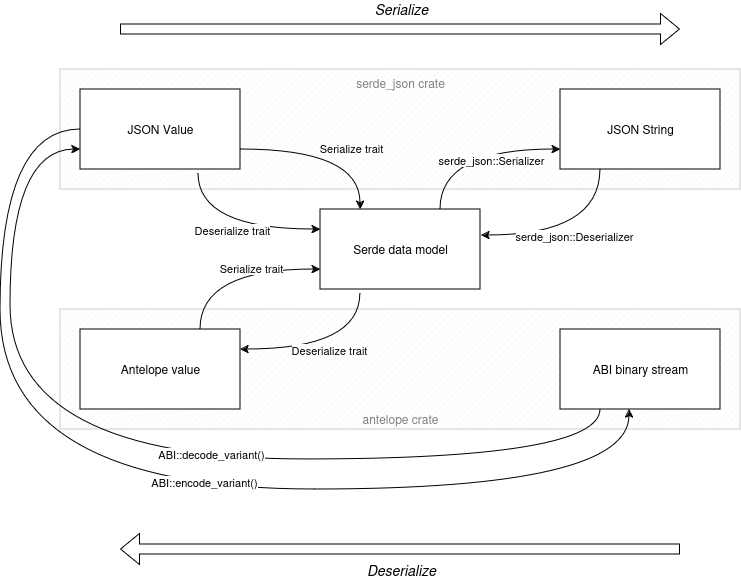
This is antelope/doc/antelope_data_model.drawio.png from digigaia/kudu, a draw.io export, as it was before one commit. Source tidied: cells renumbered, new cells last; positions are measured from the earlier drawing's top-left corner, leaving out a move shared by most shapes. Source of this version:
```xml
<mxGraphModel>
  <root>
    <mxCell id="0" />
    <mxCell id="1" parent="0" />
    <mxCell id="2" value="&lt;font color=&quot;#808080&quot;&gt;serde_json crate&lt;/font&gt;" style="verticalLabelPosition=middle;verticalAlign=top;html=1;shape=mxgraph.basic.patternFillRect;fillStyle=diag;step=5;fillStrokeWidth=0.2;fillStrokeColor=#dddddd;labelPosition=center;align=center;strokeColor=#CCCCCC;" parent="1" vertex="1">
      <mxGeometry x="60" y="40" width="680" height="120" as="geometry" />
    </mxCell>
    <mxCell id="3" value="&lt;font color=&quot;#808080&quot;&gt;antelope crate&lt;/font&gt;" style="verticalLabelPosition=middle;verticalAlign=bottom;html=1;shape=mxgraph.basic.patternFillRect;fillStyle=diag;step=5;fillStrokeWidth=0.2;fillStrokeColor=#dddddd;labelPosition=center;align=center;strokeColor=#CCCCCC;" parent="1" vertex="1">
      <mxGeometry x="60" y="280" width="680" height="120" as="geometry" />
    </mxCell>
    <mxCell id="4" value="JSON Value" style="verticalLabelPosition=middle;verticalAlign=middle;html=1;shape=mxgraph.basic.rect;fillColor2=none;strokeWidth=1;size=20;indent=5;labelPosition=center;align=center;" parent="1" vertex="1">
      <mxGeometry x="80" y="60" width="160" height="80" as="geometry" />
    </mxCell>
    <mxCell id="5" value="JSON String" style="verticalLabelPosition=middle;verticalAlign=middle;html=1;shape=mxgraph.basic.rect;fillColor2=none;strokeWidth=1;size=20;indent=5;labelPosition=center;align=center;" parent="1" vertex="1">
      <mxGeometry x="560" y="60" width="160" height="80" as="geometry" />
    </mxCell>
    <mxCell id="6" value="ABI binary stream" style="verticalLabelPosition=middle;verticalAlign=middle;html=1;shape=mxgraph.basic.rect;fillColor2=none;strokeWidth=1;size=20;indent=5;labelPosition=center;align=center;" parent="1" vertex="1">
      <mxGeometry x="560" y="300" width="160" height="80" as="geometry" />
    </mxCell>
    <mxCell id="7" value="Antelope value" style="verticalLabelPosition=middle;verticalAlign=middle;html=1;shape=mxgraph.basic.rect;fillColor2=none;strokeWidth=1;size=20;indent=0;labelPosition=center;align=center;" parent="1" vertex="1">
      <mxGeometry x="80" y="300" width="160" height="80" as="geometry" />
    </mxCell>
    <mxCell id="8" value="Serde data model" style="verticalLabelPosition=middle;verticalAlign=middle;html=1;shape=mxgraph.basic.rect;fillColor2=none;strokeWidth=1;size=20;indent=5;labelPosition=center;align=center;" parent="1" vertex="1">
      <mxGeometry x="320" y="180" width="160" height="80" as="geometry" />
    </mxCell>
    <mxCell id="9" style="endArrow=classic;html=1;rounded=0;exitX=0.75;exitY=0;exitDx=0;exitDy=0;exitPerimeter=0;entryX=0;entryY=0.75;entryDx=0;entryDy=0;entryPerimeter=0;edgeStyle=orthogonalEdgeStyle;elbow=vertical;curved=1;" parent="1" edge="1" source="7" target="8">
      <mxGeometry relative="1" as="geometry" />
    </mxCell>
    <mxCell id="10" value="Serialize trait" style="edgeLabel;html=1;align=center;verticalAlign=middle;" parent="9" vertex="1">
      <mxGeometry x="0.22" y="2" relative="1" as="geometry" />
    </mxCell>
    <mxCell id="11" style="endArrow=classic;html=1;rounded=0;exitX=0.25;exitY=1.05;exitDx=0;exitDy=0;exitPerimeter=0;entryX=1;entryY=0.25;entryDx=0;entryDy=0;entryPerimeter=0;edgeStyle=orthogonalEdgeStyle;curved=1;" parent="1" edge="1" source="8" target="7">
      <mxGeometry relative="1" as="geometry">
        <Array as="points">
          <mxPoint x="360" y="320" />
        </Array>
      </mxGeometry>
    </mxCell>
    <mxCell id="12" value="Deserialize trait" style="edgeLabel;html=1;align=center;verticalAlign=middle;" parent="11" vertex="1">
      <mxGeometry relative="1" as="geometry" />
    </mxCell>
    <mxCell id="13" style="endArrow=classic;html=1;rounded=0;exitX=0.25;exitY=1;exitDx=0;exitDy=0;exitPerimeter=0;entryX=1.006;entryY=0.325;entryDx=0;entryDy=0;entryPerimeter=0;edgeStyle=orthogonalEdgeStyle;curved=1;" parent="1" edge="1" source="5" target="8">
      <mxGeometry relative="1" as="geometry">
        <Array as="points">
          <mxPoint x="600" y="206" />
        </Array>
      </mxGeometry>
    </mxCell>
    <mxCell id="14" value="serde_json::Deserializer" style="edgeLabel;html=1;align=center;verticalAlign=middle;" parent="13" vertex="1">
      <mxGeometry relative="1" as="geometry" />
    </mxCell>
    <mxCell id="15" style="endArrow=classic;html=1;rounded=0;exitX=0.75;exitY=0;exitDx=0;exitDy=0;exitPerimeter=0;entryX=0;entryY=0.75;entryDx=0;entryDy=0;entryPerimeter=0;edgeStyle=orthogonalEdgeStyle;elbow=vertical;curved=1;" parent="1" edge="1" source="8" target="5">
      <mxGeometry relative="1" as="geometry" />
    </mxCell>
    <mxCell id="16" value="serde_json::Serializer" style="edgeLabel;html=1;align=center;verticalAlign=top;" parent="15" vertex="1">
      <mxGeometry x="0.22" y="2" relative="1" as="geometry" />
    </mxCell>
    <mxCell id="17" style="endArrow=classic;html=1;rounded=0;exitX=1;exitY=0.75;exitDx=0;exitDy=0;exitPerimeter=0;entryX=0.25;entryY=0;entryDx=0;entryDy=0;entryPerimeter=0;edgeStyle=orthogonalEdgeStyle;elbow=vertical;curved=1;" parent="1" edge="1" source="4" target="8">
      <mxGeometry relative="1" as="geometry" />
    </mxCell>
    <mxCell id="18" value="Serialize trait" style="edgeLabel;html=1;align=center;verticalAlign=middle;" parent="17" vertex="1">
      <mxGeometry x="0.22" y="2" relative="1" as="geometry" />
    </mxCell>
    <mxCell id="19" style="endArrow=classic;html=1;rounded=0;exitX=0.738;exitY=1.05;exitDx=0;exitDy=0;exitPerimeter=0;entryX=0;entryY=0.25;entryDx=0;entryDy=0;entryPerimeter=0;edgeStyle=orthogonalEdgeStyle;curved=1;" parent="1" edge="1" source="4" target="8">
      <mxGeometry relative="1" as="geometry">
        <Array as="points">
          <mxPoint x="198" y="200" />
        </Array>
      </mxGeometry>
    </mxCell>
    <mxCell id="20" value="Deserialize trait" style="edgeLabel;html=1;align=center;verticalAlign=middle;" parent="19" vertex="1">
      <mxGeometry relative="1" as="geometry" />
    </mxCell>
    <mxCell id="21" style="endArrow=classic;html=1;rounded=0;edgeStyle=orthogonalEdgeStyle;curved=1;entryX=0;entryY=0.75;entryDx=0;entryDy=0;entryPerimeter=0;exitX=0.25;exitY=1;exitDx=0;exitDy=0;exitPerimeter=0;labelPosition=center;verticalLabelPosition=middle;align=center;verticalAlign=middle;" parent="1" edge="1" source="6" target="4">
      <mxGeometry relative="1" as="geometry">
        <Array as="points">
          <mxPoint x="600" y="430" />
          <mxPoint x="10" y="430" />
          <mxPoint x="10" y="121" />
        </Array>
      </mxGeometry>
    </mxCell>
    <mxCell id="22" value="ABI::decode_variant()" style="edgeLabel;html=1;align=center;verticalAlign=middle;" parent="21" vertex="1">
      <mxGeometry x="-0.14" y="-6" relative="1" as="geometry" />
    </mxCell>
    <mxCell id="23" style="endArrow=classic;html=1;rounded=0;edgeStyle=orthogonalEdgeStyle;curved=1;entryX=0.431;entryY=1;entryDx=0;entryDy=0;entryPerimeter=0;exitX=0;exitY=0.5;exitDx=0;exitDy=0;exitPerimeter=0;" parent="1" edge="1" source="4" target="6">
      <mxGeometry relative="1" as="geometry">
        <Array as="points">
          <mxPoint y="100" />
          <mxPoint y="460" />
          <mxPoint x="629" y="460" />
        </Array>
      </mxGeometry>
    </mxCell>
    <mxCell id="24" value="ABI::encode_variant()" style="edgeLabel;html=1;align=center;verticalAlign=middle;" parent="23" vertex="1">
      <mxGeometry x="0.12" y="8" relative="1" as="geometry" />
    </mxCell>
    <mxCell id="25" style="endArrow=classic;html=1;rounded=0;shape=flexArrow;" parent="1" edge="1">
      <mxGeometry relative="1" as="geometry">
        <mxPoint x="120" as="sourcePoint" />
        <mxPoint x="680" as="targetPoint" />
      </mxGeometry>
    </mxCell>
    <mxCell id="26" value="Serialize" style="edgeLabel;html=1;align=center;verticalAlign=bottom;spacing=2;spacingRight=0;labelBorderColor=none;textShadow=0;fontStyle=2;fontSize=14;labelPosition=center;verticalLabelPosition=top;spacingTop=0;" parent="25" vertex="1">
      <mxGeometry relative="1" as="geometry">
        <mxPoint y="-10" as="offset" />
      </mxGeometry>
    </mxCell>
    <mxCell id="27" style="endArrow=classic;html=1;rounded=0;shape=flexArrow;verticalAlign=bottom;" parent="1" edge="1">
      <mxGeometry relative="1" as="geometry">
        <mxPoint x="680" y="520" as="sourcePoint" />
        <mxPoint x="120" y="520" as="targetPoint" />
      </mxGeometry>
    </mxCell>
    <mxCell id="28" value="Deserialize" style="edgeLabel;html=1;align=center;verticalAlign=middle;fontStyle=2;fontSize=14;" parent="27" vertex="1">
      <mxGeometry relative="1" as="geometry">
        <mxPoint y="20" as="offset" />
      </mxGeometry>
    </mxCell>
  </root>
</mxGraphModel>
```
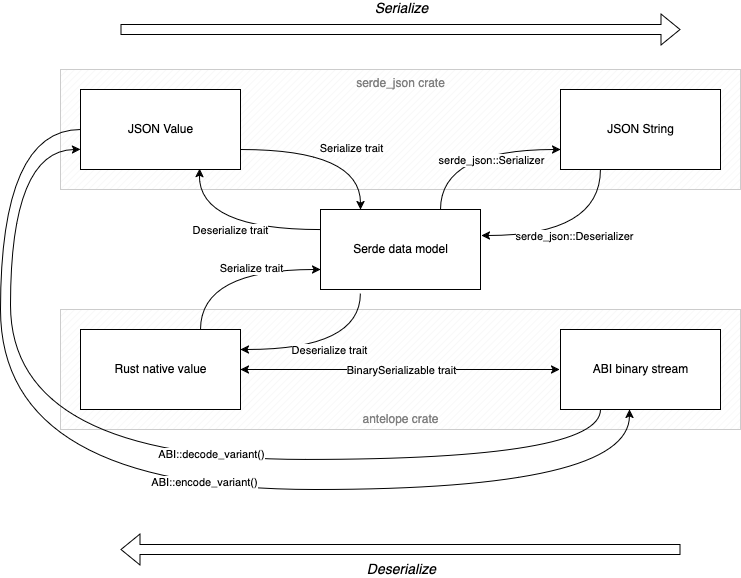
The same file after the commit.

Commit message:
Add some doc about the data model

Diff of the diagram source:
```diff
@@ -17,7 +17,7 @@
     <mxCell id="6" value="ABI binary stream" style="verticalLabelPosition=middle;verticalAlign=middle;html=1;shape=mxgraph.basic.rect;fillColor2=none;strokeWidth=1;size=20;indent=5;labelPosition=center;align=center;" parent="1" vertex="1">
       <mxGeometry x="560" y="300" width="160" height="80" as="geometry" />
     </mxCell>
-    <mxCell id="7" value="Antelope value" style="verticalLabelPosition=middle;verticalAlign=middle;html=1;shape=mxgraph.basic.rect;fillColor2=none;strokeWidth=1;size=20;indent=0;labelPosition=center;align=center;" parent="1" vertex="1">
+    <mxCell id="7" value="Rust native value" style="verticalLabelPosition=middle;verticalAlign=middle;html=1;shape=mxgraph.basic.rect;fillColor2=none;strokeWidth=1;size=20;indent=0;labelPosition=center;align=center;" parent="1" vertex="1">
       <mxGeometry x="80" y="300" width="160" height="80" as="geometry" />
     </mxCell>
     <mxCell id="8" value="Serde data model" style="verticalLabelPosition=middle;verticalAlign=middle;html=1;shape=mxgraph.basic.rect;fillColor2=none;strokeWidth=1;size=20;indent=5;labelPosition=center;align=center;" parent="1" vertex="1">
@@ -61,7 +61,7 @@
     <mxCell id="18" value="Serialize trait" style="edgeLabel;html=1;align=center;verticalAlign=middle;" parent="17" vertex="1">
       <mxGeometry x="0.22" y="2" relative="1" as="geometry" />
     </mxCell>
-    <mxCell id="19" style="endArrow=classic;html=1;rounded=0;exitX=0.738;exitY=1.05;exitDx=0;exitDy=0;exitPerimeter=0;entryX=0;entryY=0.25;entryDx=0;entryDy=0;entryPerimeter=0;edgeStyle=orthogonalEdgeStyle;curved=1;" parent="1" edge="1" source="4" target="8">
+    <mxCell id="19" style="endArrow=classic;html=1;rounded=0;exitX=0;exitY=0.25;exitDx=0;exitDy=0;exitPerimeter=0;entryX=0.744;entryY=0.988;entryDx=0;entryDy=0;entryPerimeter=0;edgeStyle=orthogonalEdgeStyle;curved=1;" parent="1" edge="1" source="8" target="4">
       <mxGeometry relative="1" as="geometry">
         <Array as="points">
           <mxPoint x="198" y="200" />
@@ -117,5 +117,11 @@
         <mxPoint y="20" as="offset" />
       </mxGeometry>
     </mxCell>
+    <mxCell id="29" style="endArrow=classic;html=1;rounded=0;entryX=-0.006;entryY=0.5;entryDx=0;entryDy=0;entryPerimeter=0;exitX=1;exitY=0.5;exitDx=0;exitDy=0;exitPerimeter=0;startArrow=classic;startFill=1;" parent="1" edge="1" source="7" target="6">
+      <mxGeometry relative="1" as="geometry" />
+    </mxCell>
+    <mxCell id="30" value="BinarySerializable trait" style="edgeLabel;html=1;align=center;verticalAlign=middle;" parent="29" vertex="1">
+      <mxGeometry relative="1" as="geometry" />
+    </mxCell>
   </root>
 </mxGraphModel>
```
